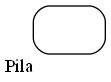
Earlier version of the Graphviz export reportes/Pila_IPC-001.png (SebastianVelasquezValle/IPC2_ProyectoVD2024_-202300580). Its source is kept beside it as reportesdot/Pila_IPC-001.dot.
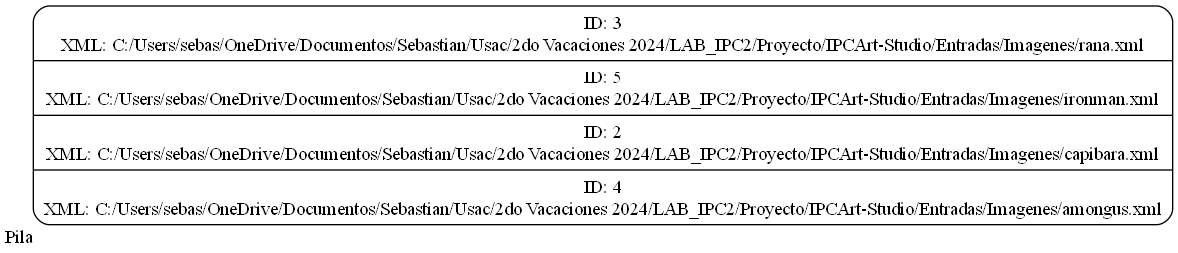
After the change.

Change to the diagram source:
```diff
@@ -1,5 +1,5 @@
 digraph G {
     rankdir=LR;
     node[shape=Mrecord];
-    Pila[xlabel="Pila" label=""];
+    Pila[xlabel="Pila" label="ID: 3\nXML: C:/Users/sebas/OneDrive/Documentos/Sebastian/Usac/2do Vacaciones 2024/LAB_IPC2/Proyecto/IPCArt-Studio/Entradas/Imagenes/rana.xml\n|ID: 5\nXML: C:/Users/sebas/OneDrive/Documentos/Sebastian/Usac/2do Vacaciones 2024/LAB_IPC2/Proyecto/IPCArt-Studio/Entradas/Imagenes/ironman.xml\n|ID: 2\nXML: C:/Users/sebas/OneDrive/Documentos/Sebastian/Usac/2do Vacaciones 2024/LAB_IPC2/Proyecto/IPCArt-Studio/Entradas/Imagenes/capibara.xml\n|ID: 4\nXML: C:/Users/sebas/OneDrive/Documentos/Sebastian/Usac/2do Vacaciones 2024/LAB_IPC2/Proyecto/IPCArt-Studio/Entradas/Imagenes/amongus.xml\n"];
 }
```
